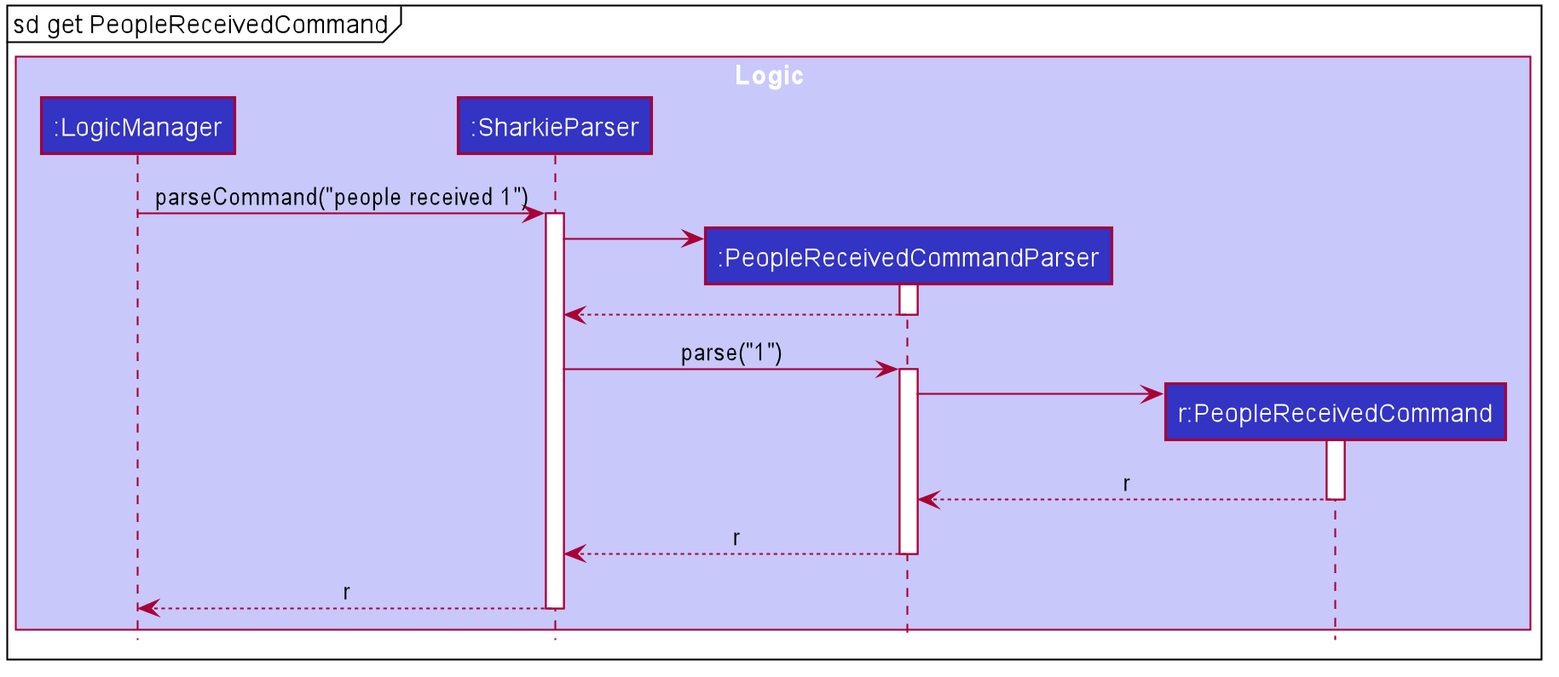
Above: docs/images/GetPeopleReceivedCommandSequenceDiagram.png in syinyichen/main (PlantUML), before the change.
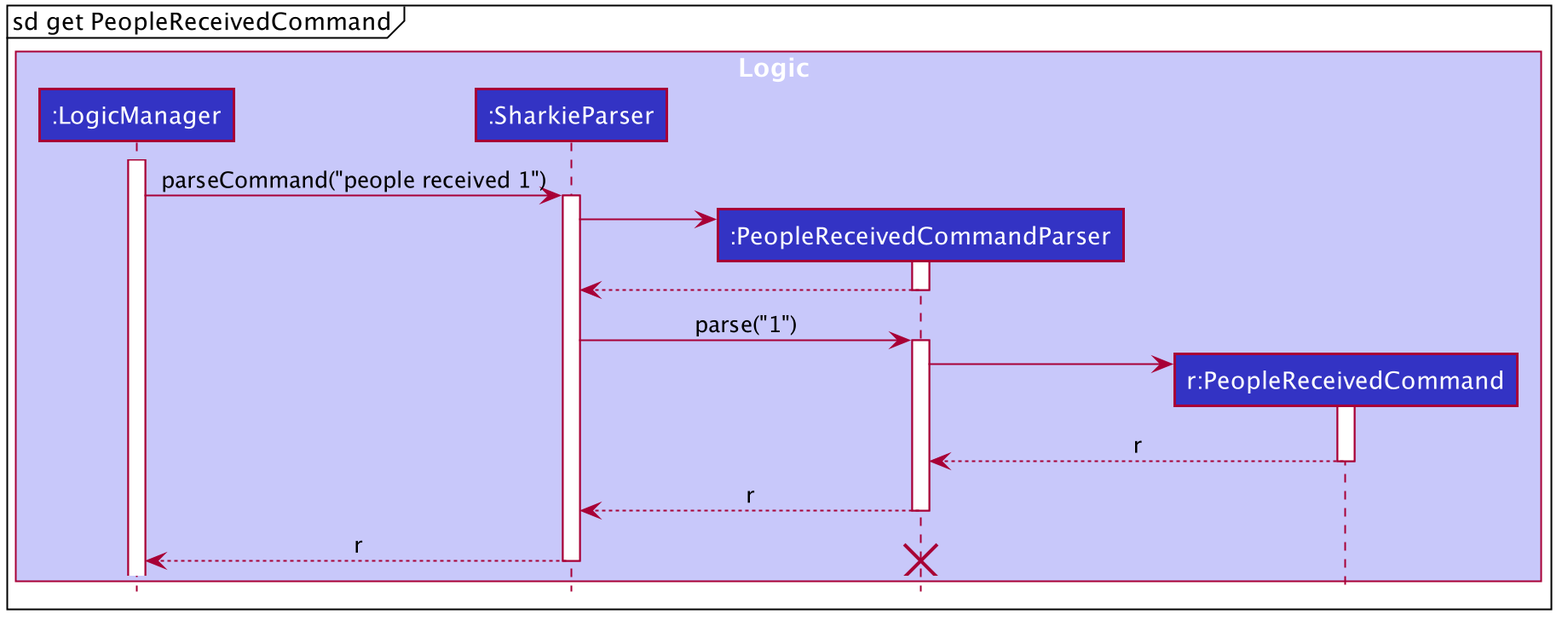
Above is the later version.

Diff of the diagram source:
```diff
@@ -59,6 +59,8 @@
 participant "r:PeopleReceivedCommand" as PeopleReceivedCommand #3333C4
 end box
 
+activate LogicManager
+
 LogicManager -> SharkieParser : parseCommand("people received 1")
 activate SharkieParser
 
@@ -85,4 +87,6 @@
 SharkieParser --> LogicManager : r
 deactivate SharkieParser
 
+destroy PeopleReceivedCommandParser
+
 @enduml
```
